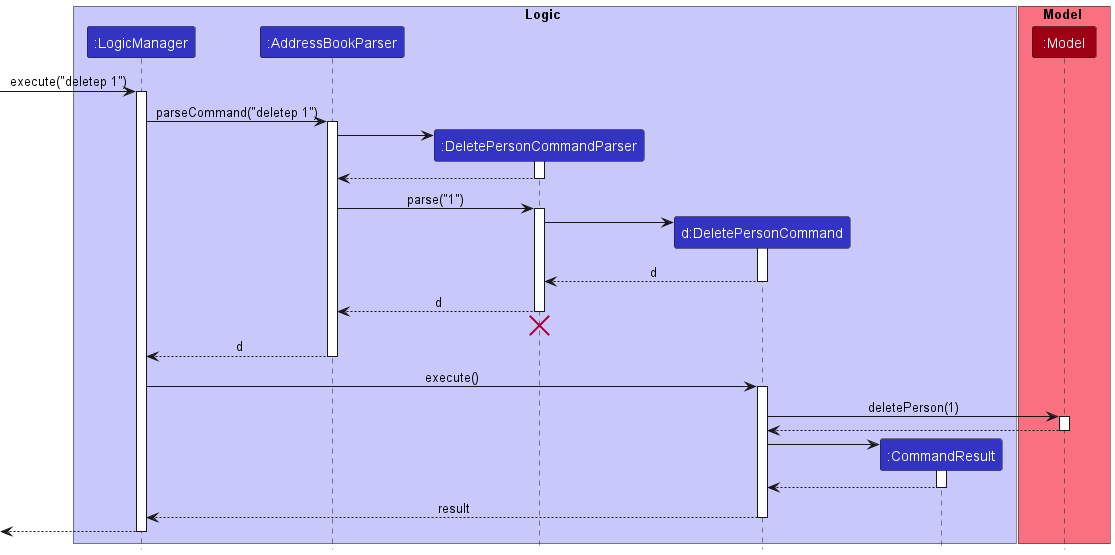
nus-cs2103-AY2223S1/tp keeps this PlantUML diagram as docs/images/DeleteSequenceDiagram.png. Above is the earlier version.
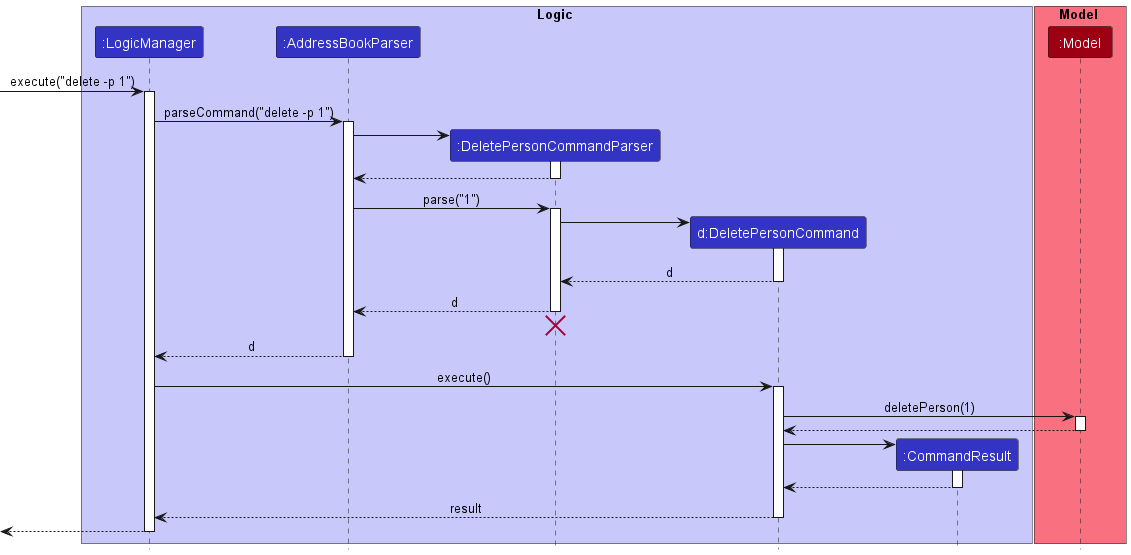
Later version of the same file.

Commit message:
Update Architecture and Delete sequence diagram

Change to the diagram source:
```diff
@@ -13,10 +13,10 @@
 participant ":Model" as Model MODEL_COLOR
 end box
 
-[-> LogicManager : execute("deletep 1")
+[-> LogicManager : execute("delete -p 1")
 activate LogicManager
 
-LogicManager -> AddressBookParser : parseCommand("deletep 1")
+LogicManager -> AddressBookParser : parseCommand("delete -p 1")
 activate AddressBookParser
 
 create DeleteCommandParser
```
